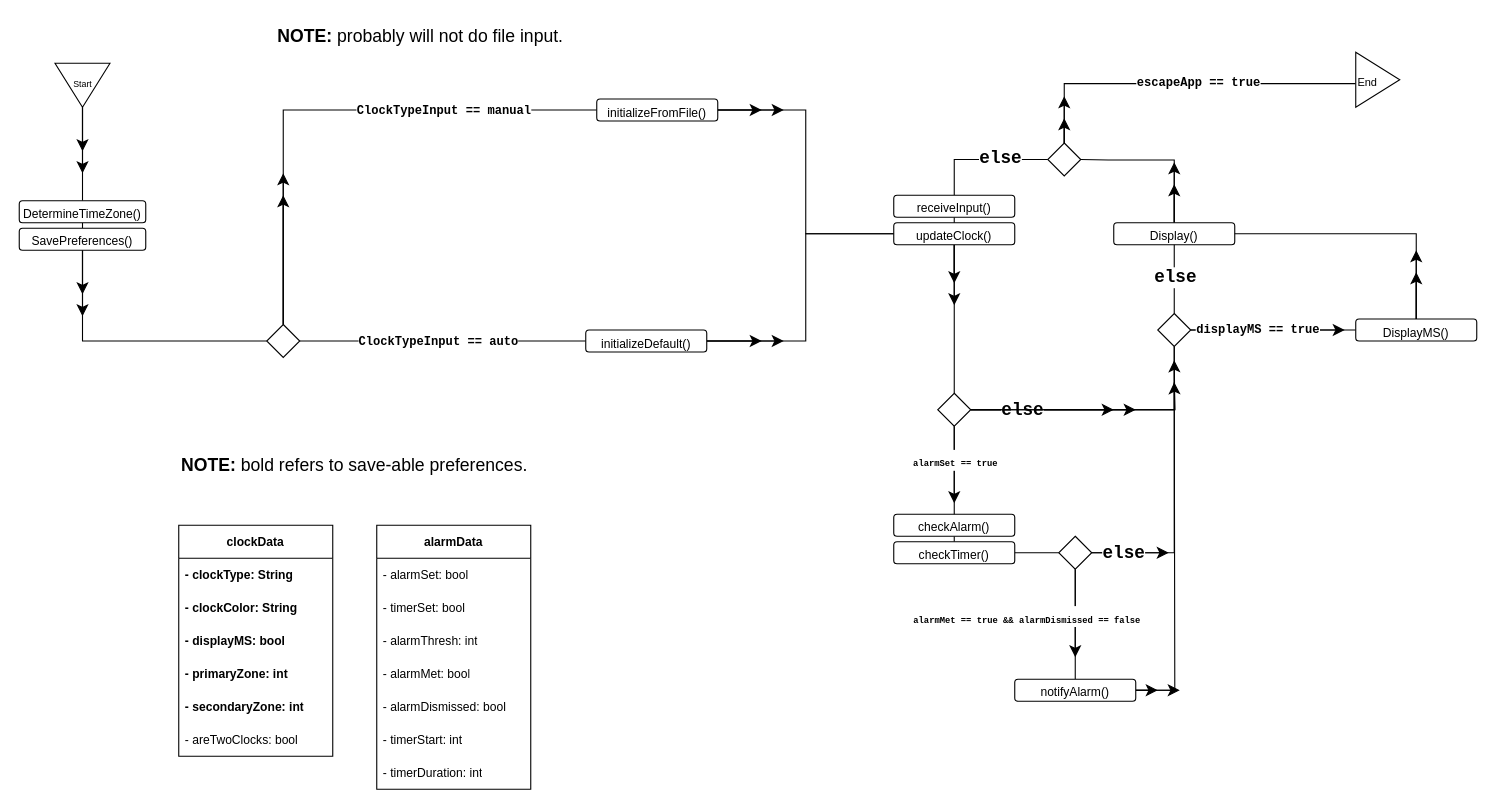
MichaelWarmbier/NeoTock keeps this draw.io diagram as DesignBlueprint.drawio. Above is the earlier version. Source tidied: cells renumbered, new cells numbered last; positions are measured from the earlier drawing's top-left corner, leaving out a move shared by most shapes. Both pictures are drawn from the tidied source at 110%, with x=0, y=0 at pixel (19, 19).
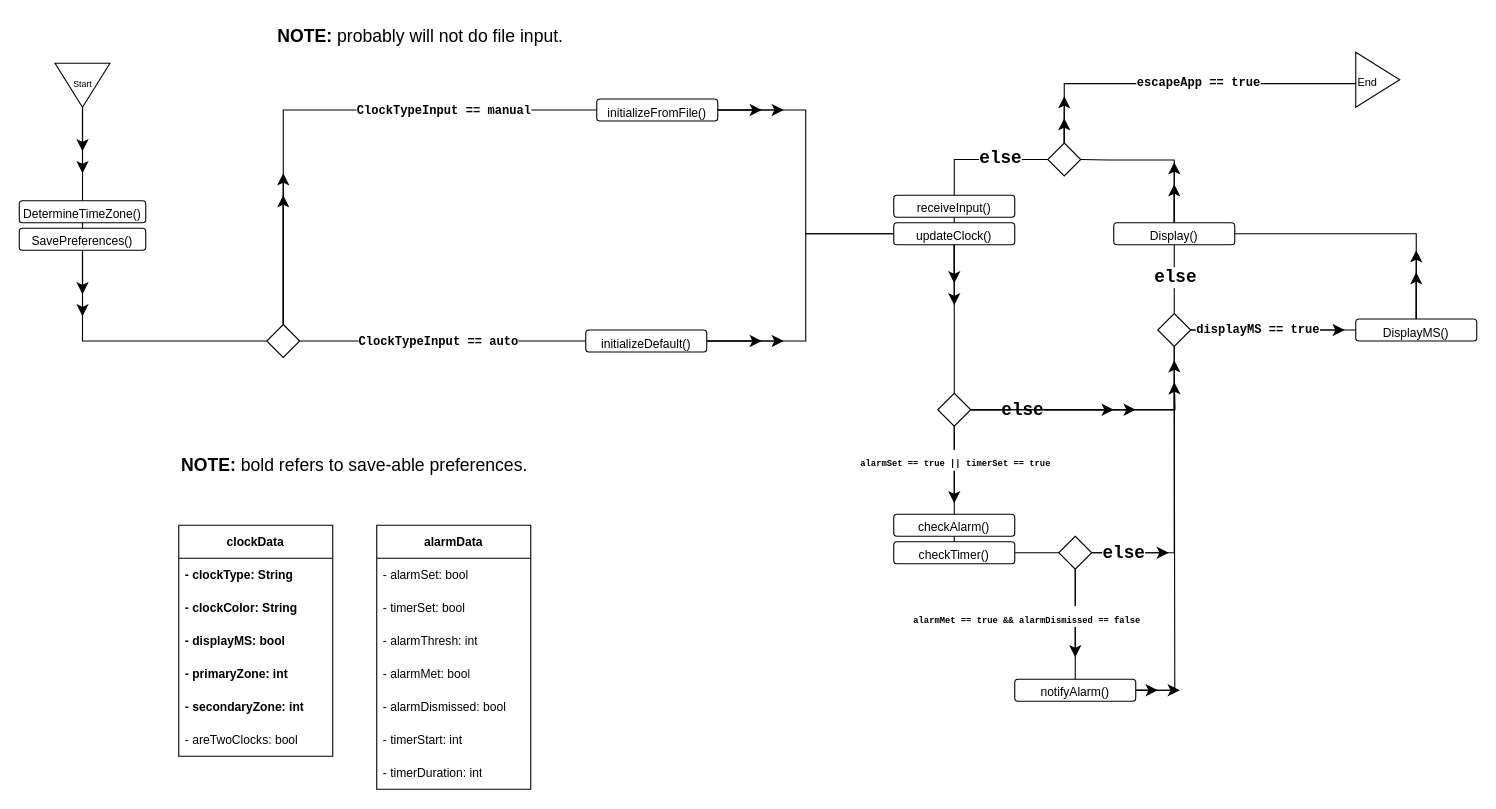
The same page after the edit.

Commit message:
Updated Design Blueprint

The change refers to these unchanged cells:
```xml
<mxCell id="40" style="edgeStyle=none;curved=1;rounded=0;jettySize=auto;html=1;entryX=0.5;entryY=0;entryDx=0;entryDy=0;fontSize=12;startSize=8;endSize=8;endArrow=none;endFill=0;" parent="1" edge="1" source="44" target="37">
  <mxGeometry relative="1" as="geometry" />
</mxCell>
```

Change to the diagram source:
```diff
@@
-    <mxCell id="41" value="&lt;font face=&quot;Courier New&quot; style=&quot;font-size: 8px;&quot;&gt;alarmSet == true&lt;/font&gt;" style="edgeLabel;html=1;align=center;verticalAlign=middle;fontSize=16;fontStyle=1;" parent="40" vertex="1">
+    <mxCell id="41" value="&lt;font face=&quot;Courier New&quot; style=&quot;font-size: 8px;&quot;&gt;alarmSet == true || timerSet == true&lt;/font&gt;" style="edgeLabel;html=1;align=center;verticalAlign=middle;fontSize=16;fontStyle=1;" parent="40" vertex="1">
       <mxGeometry x="-0.08" y="-1" relative="1" as="geometry">
         <mxPoint x="1" y="-7" as="offset" />
       </mxGeometry>
     </mxCell>
```
